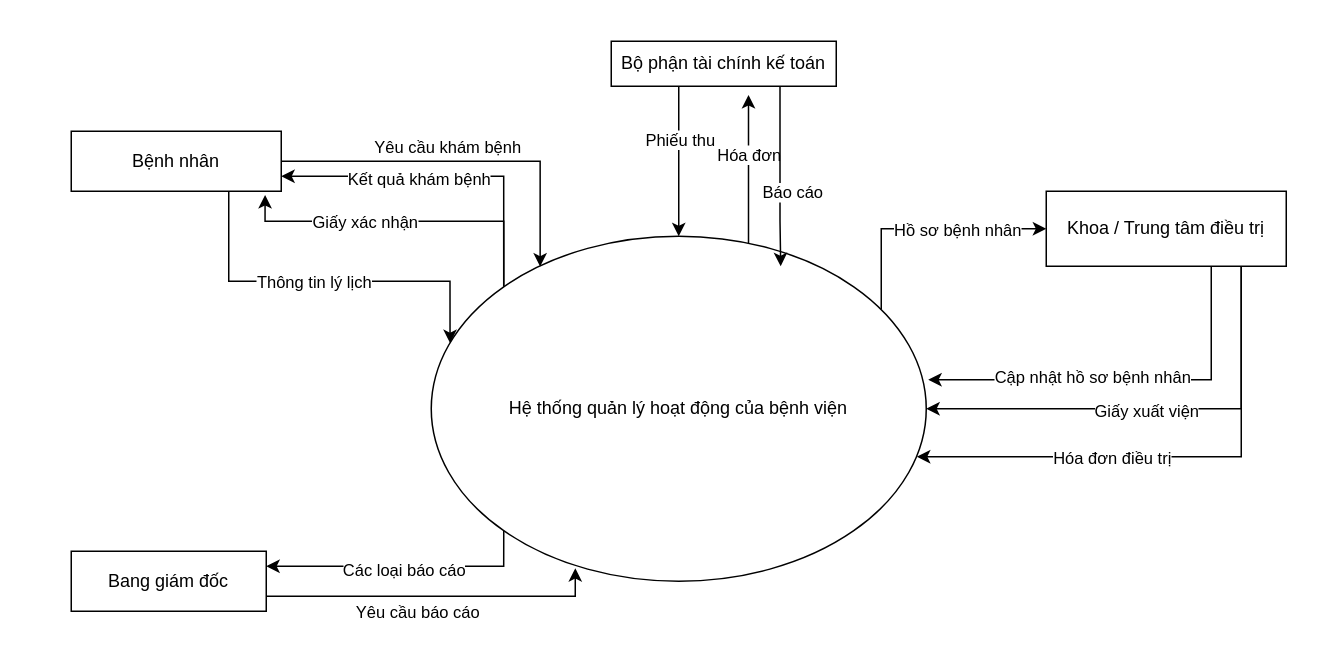
Earlier version of the draw.io diagram NguCanh.drawio (Nhatran241/HTTT). Source tidied: cells renumbered, new cells numbered last; positions are measured from the earlier drawing's top-left corner, leaving out a move shared by most shapes. Both pictures are drawn from the tidied source at 150%, with x=0, y=0 at pixel (70, 40).
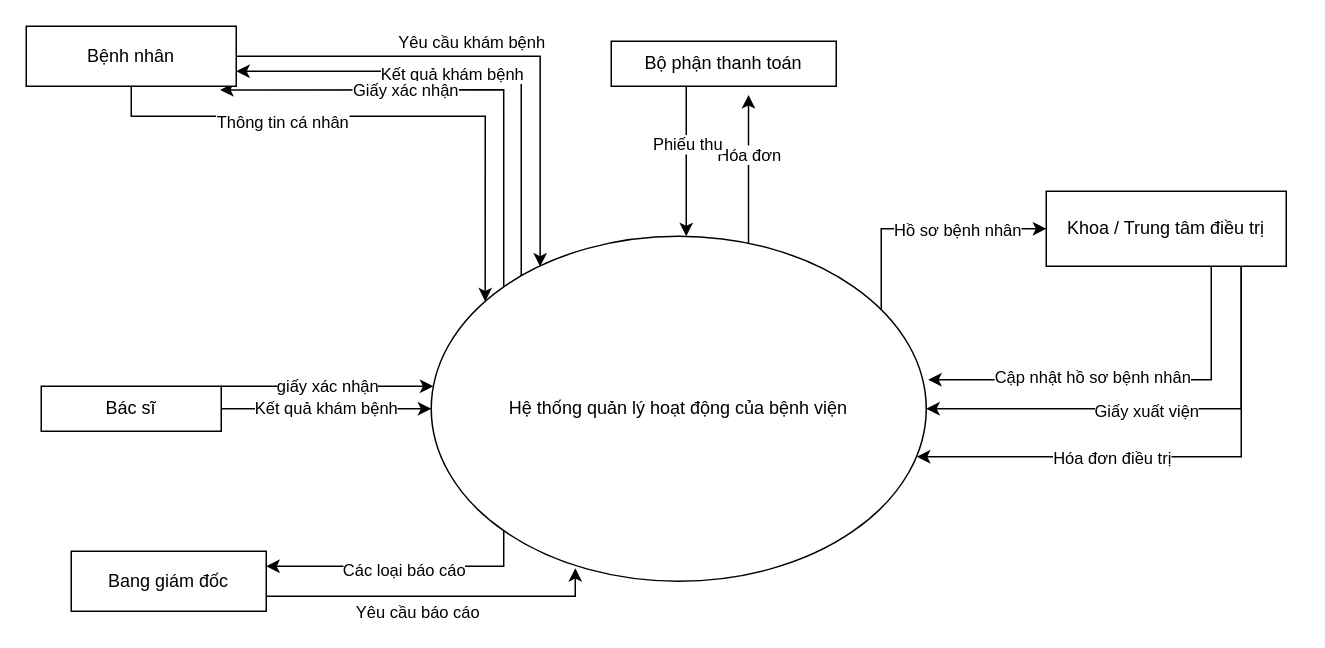
The same page after the edit.

The change refers to these unchanged cells:
```xml
<mxCell id="12" value="Hệ thống quản lý hoạt động của bệnh viện" style="ellipse;whiteSpace=wrap;html=1;" parent="1" vertex="1">
  <mxGeometry x="240" y="130" width="330" height="230" as="geometry" />
</mxCell>
```

Change to the diagram source:
```diff
@@
     <mxCell id="2" style="edgeStyle=orthogonalEdgeStyle;rounded=0;jettySize=auto;html=1;exitX=0;exitY=0;exitDx=0;exitDy=0;entryX=1;entryY=0.75;entryDx=0;entryDy=0;" parent="1" edge="1" source="12" target="17">
       <mxGeometry relative="1" as="geometry">
         <Array as="points">
-          <mxPoint x="288" y="90" />
+          <mxPoint x="300" y="164" />
+          <mxPoint x="300" y="20" />
         </Array>
       </mxGeometry>
     </mxCell>
@@
     <mxCell id="4" style="edgeStyle=orthogonalEdgeStyle;rounded=0;jettySize=auto;html=1;exitX=0;exitY=0;exitDx=0;exitDy=0;entryX=0.923;entryY=1.061;entryDx=0;entryDy=0;entryPerimeter=0;" parent="1" edge="1" source="12" target="17">
       <mxGeometry relative="1" as="geometry">
         <Array as="points">
-          <mxPoint x="288" y="120" />
-          <mxPoint x="129" y="120" />
+          <mxPoint x="288" y="32" />
         </Array>
       </mxGeometry>
     </mxCell>
@@
-    <mxCell id="15" style="edgeStyle=orthogonalEdgeStyle;rounded=0;jettySize=auto;html=1;exitX=0.75;exitY=1;exitDx=0;exitDy=0;entryX=0.038;entryY=0.31;entryDx=0;entryDy=0;entryPerimeter=0;" parent="1" edge="1" source="17" target="12">
+    <mxCell id="15" style="edgeStyle=orthogonalEdgeStyle;rounded=0;jettySize=auto;html=1;entryX=0.109;entryY=0.189;entryDx=0;entryDy=0;entryPerimeter=0;" parent="1" edge="1" source="17" target="12">
       <mxGeometry relative="1" as="geometry">
         <Array as="points">
-          <mxPoint x="105" y="160" />
-          <mxPoint x="253" y="160" />
+          <mxPoint x="40" y="50" />
+          <mxPoint x="276" y="50" />
         </Array>
       </mxGeometry>
     </mxCell>
-    <mxCell id="16" value="Thông tin lý lịch" style="edgeLabel;html=1;align=center;verticalAlign=middle;" parent="15" vertex="1">
-      <mxGeometry x="-0.07" relative="1" as="geometry" />
-    </mxCell>
+    <mxCell id="33" value="Thông tin cá nhân" style="edgeLabel;html=1;align=center;verticalAlign=middle;" parent="15" vertex="1">
+      <mxGeometry x="-0.37" y="-3" relative="1" as="geometry" />
+    </mxCell>
     <mxCell id="17" value="Bệnh nhân" style="rounded=0;whiteSpace=wrap;html=1;" parent="1" vertex="1">
-      <mxGeometry y="60" width="140" height="40" as="geometry" />
+      <mxGeometry x="-30" y="-10" width="140" height="40" as="geometry" />
     </mxCell>
@@
     <mxCell id="21" style="edgeStyle=orthogonalEdgeStyle;rounded=0;jettySize=auto;html=1;exitX=0.5;exitY=1;exitDx=0;exitDy=0;" parent="1" edge="1" source="25" target="12">
       <mxGeometry relative="1" as="geometry">
         <Array as="points">
-          <mxPoint x="405" y="30" />
+          <mxPoint x="410" y="30" />
         </Array>
       </mxGeometry>
     </mxCell>
@@
-    <mxCell id="23" style="edgeStyle=orthogonalEdgeStyle;rounded=0;jettySize=auto;html=1;exitX=0.75;exitY=1;exitDx=0;exitDy=0;entryX=0.706;entryY=0.087;entryDx=0;entryDy=0;entryPerimeter=0;" parent="1" edge="1" source="25" target="12">
-      <mxGeometry relative="1" as="geometry">
-        <Array as="points">
-          <mxPoint x="473" y="120" />
-          <mxPoint x="473" y="120" />
-        </Array>
-      </mxGeometry>
-    </mxCell>
-    <mxCell id="24" value="Báo cáo" style="edgeLabel;html=1;align=center;verticalAlign=middle;" parent="23" vertex="1">
-      <mxGeometry x="0.29" y="-1" relative="1" as="geometry">
-        <mxPoint x="8.5" y="-7" as="offset" />
-      </mxGeometry>
-    </mxCell>
-    <mxCell id="25" value="Bộ phận tài chính kế toán" style="rounded=0;whiteSpace=wrap;html=1;" parent="1" vertex="1">
+    <mxCell id="25" value="Bộ phận thanh toán" style="rounded=0;whiteSpace=wrap;html=1;" parent="1" vertex="1">
       <mxGeometry x="360" width="150" height="30" as="geometry" />
     </mxCell>
@@
+    <mxCell id="34" value="giấy xác nhận" style="edgeStyle=orthogonalEdgeStyle;rounded=0;jettySize=auto;html=1;" parent="1" edge="1" source="36" target="12">
+      <mxGeometry relative="1" as="geometry">
+        <Array as="points">
+          <mxPoint x="220" y="230" />
+          <mxPoint x="220" y="230" />
+        </Array>
+      </mxGeometry>
+    </mxCell>
+    <mxCell id="35" value="Kết quả khám bệnh" style="edgeStyle=orthogonalEdgeStyle;rounded=0;jettySize=auto;html=1;" parent="1" edge="1" source="36" target="12">
+      <mxGeometry relative="1" as="geometry" />
+    </mxCell>
+    <mxCell id="36" value="Bác sĩ" style="rounded=0;whiteSpace=wrap;html=1;" parent="1" vertex="1">
+      <mxGeometry x="-20" y="230" width="120" height="30" as="geometry" />
+    </mxCell>
```
